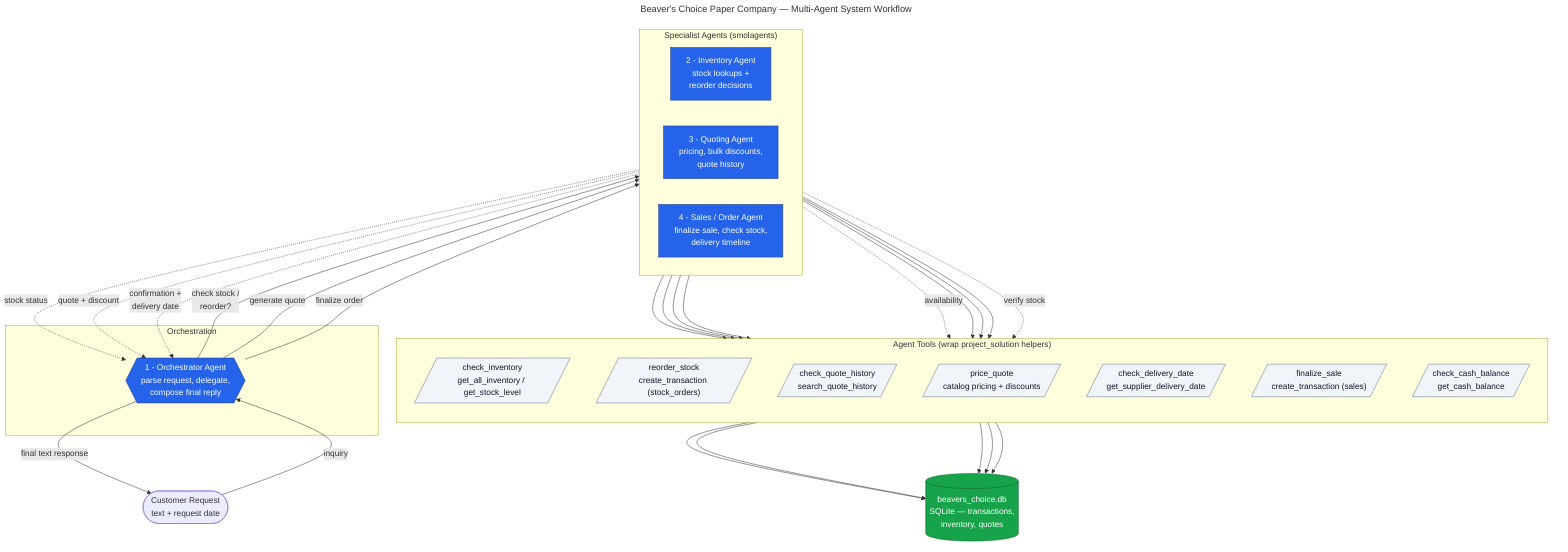
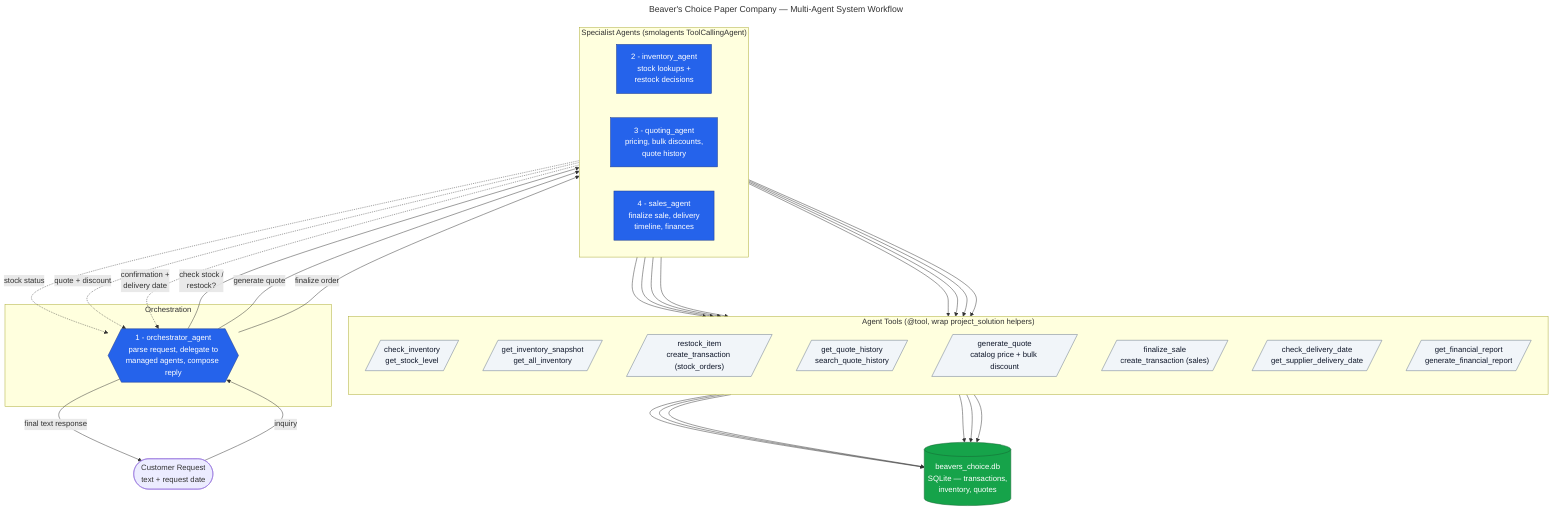
---
title: Beaver's Choice Paper Company — Multi-Agent System Workflow
---
flowchart TD
    Customer([Customer Request<br/>text + request date])

    subgraph Orch["Orchestration"]
-         Orchestrator{{"1 - Orchestrator Agent<br/>parse request, delegate,<br/>compose final reply"}}
+         Orchestrator{{"1 - orchestrator_agent<br/>parse request, delegate to<br/>managed agents, compose reply"}}
    end

-     subgraph Agents["Specialist Agents (smolagents)"]
+     subgraph Agents["Specialist Agents (smolagents ToolCallingAgent)"]
        direction LR
-         Inventory["2 - Inventory Agent<br/>stock lookups +<br/>reorder decisions"]
-         Quoting["3 - Quoting Agent<br/>pricing, bulk discounts,<br/>quote history"]
-         Sales["4 - Sales / Order Agent<br/>finalize sale, check stock,<br/>delivery timeline"]
+         Inventory["2 - inventory_agent<br/>stock lookups +<br/>restock decisions"]
+         Quoting["3 - quoting_agent<br/>pricing, bulk discounts,<br/>quote history"]
+         Sales["4 - sales_agent<br/>finalize sale, delivery<br/>timeline, finances"]
    end

-     subgraph Tools["Agent Tools (wrap project_solution helpers)"]
+     subgraph Tools["Agent Tools (@tool, wrap project_solution helpers)"]
        direction TB
-         T1[/"check_inventory<br/>get_all_inventory / get_stock_level"/]
-         T2[/"reorder_stock<br/>create_transaction (stock_orders)"/]
-         T3[/"check_quote_history<br/>search_quote_history"/]
-         T4[/"price_quote<br/>catalog pricing + discounts"/]
-         T5[/"check_delivery_date<br/>get_supplier_delivery_date"/]
+         T1[/"check_inventory<br/>get_stock_level"/]
+         T2[/"get_inventory_snapshot<br/>get_all_inventory"/]
+         T3[/"restock_item<br/>create_transaction (stock_orders)"/]
+         T4[/"get_quote_history<br/>search_quote_history"/]
+         T5[/"generate_quote<br/>catalog price + bulk discount"/]
        T6[/"finalize_sale<br/>create_transaction (sales)"/]
-         T7[/"check_cash_balance<br/>get_cash_balance"/]
+         T7[/"check_delivery_date<br/>get_supplier_delivery_date"/]
+         T8[/"get_financial_report<br/>generate_financial_report"/]
    end

    DB[("beavers_choice.db<br/>SQLite — transactions,<br/>inventory, quotes")]

    %% Customer flow
    Customer -->|inquiry| Orchestrator

-     %% Delegation
-     Orchestrator -->|"check stock /<br/>reorder?"| Inventory
+     %% Delegation (managed_agents)
+     Orchestrator -->|"check stock /<br/>restock?"| Inventory
    Orchestrator -->|"generate quote"| Quoting
    Orchestrator -->|"finalize order"| Sales

    %% Inventory tools
    Inventory --> T1
    Inventory --> T2
+     Inventory --> T3

    %% Quoting tools
-     Quoting --> T3
    Quoting --> T4
-     Quoting -.->|availability| T1
+     Quoting --> T5

    %% Sales tools
    Sales --> T6
-     Sales --> T5
    Sales --> T7
-     Sales -.->|verify stock| T1
+     Sales --> T8

    %% Tools to DB
    T1 --> DB
    T2 --> DB
    T3 --> DB
+     T4 --> DB
    T6 --> DB
-     T7 --> DB
+     T8 --> DB

    %% Responses back up
    Inventory -.->|stock status| Orchestrator
    Quoting -.->|quote + discount| Orchestrator
    Sales -.->|confirmation +<br/>delivery date| Orchestrator
    Orchestrator -->|"final text response"| Customer

    classDef agent fill:#2563eb,stroke:#1e3a8a,color:#fff;
    classDef tool fill:#f1f5f9,stroke:#64748b,color:#0f172a;
    classDef db fill:#16a34a,stroke:#166534,color:#fff;
    class Orchestrator,Inventory,Quoting,Sales agent;
-     class T1,T2,T3,T4,T5,T6,T7 tool;
+     class T1,T2,T3,T4,T5,T6,T7,T8 tool;
    class DB db;
